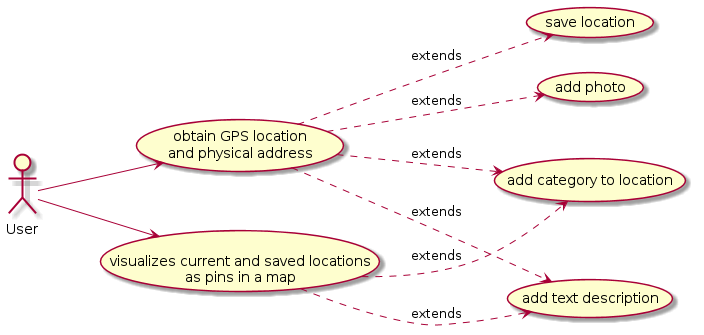
The PlantUML diagram UML/Diagrams/use_case.png in jpcarreira/MyLocations, before a commit.
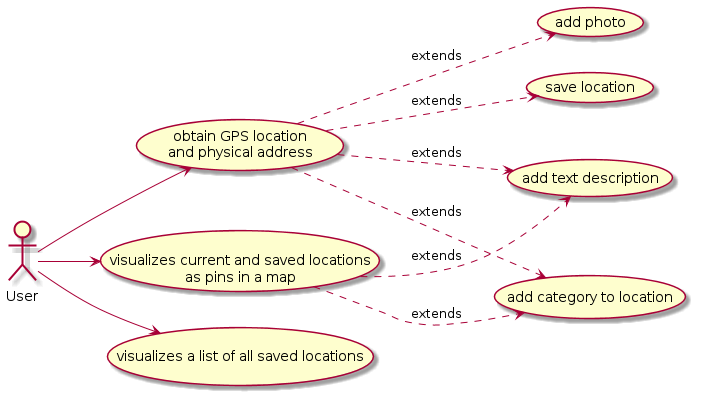
After the commit.

Commit message:
updated use case diagram

What changed in the source:
```diff
@@ -1,6 +1,7 @@
 @startuml
 left to right direction
 User --> (obtain GPS location \nand physical address)
+User --> (visualizes a list of all saved locations)
 User --> (visualizes current and saved locations \nas pins in a map)
 (obtain GPS location \nand physical address) ..> (save location) : extends
 (obtain GPS location \nand physical address) ..> (add category to location) : extends
@@ -8,4 +9,5 @@
 (obtain GPS location \nand physical address) ..> (add photo) : extends
 (visualizes current and saved locations \nas pins in a map) ..> (add category to location) : extends
 (visualizes current and saved locations \nas pins in a map) ..> (add text description) : extends
+(visualizes a list of all saved locations)
 @enduml
```
